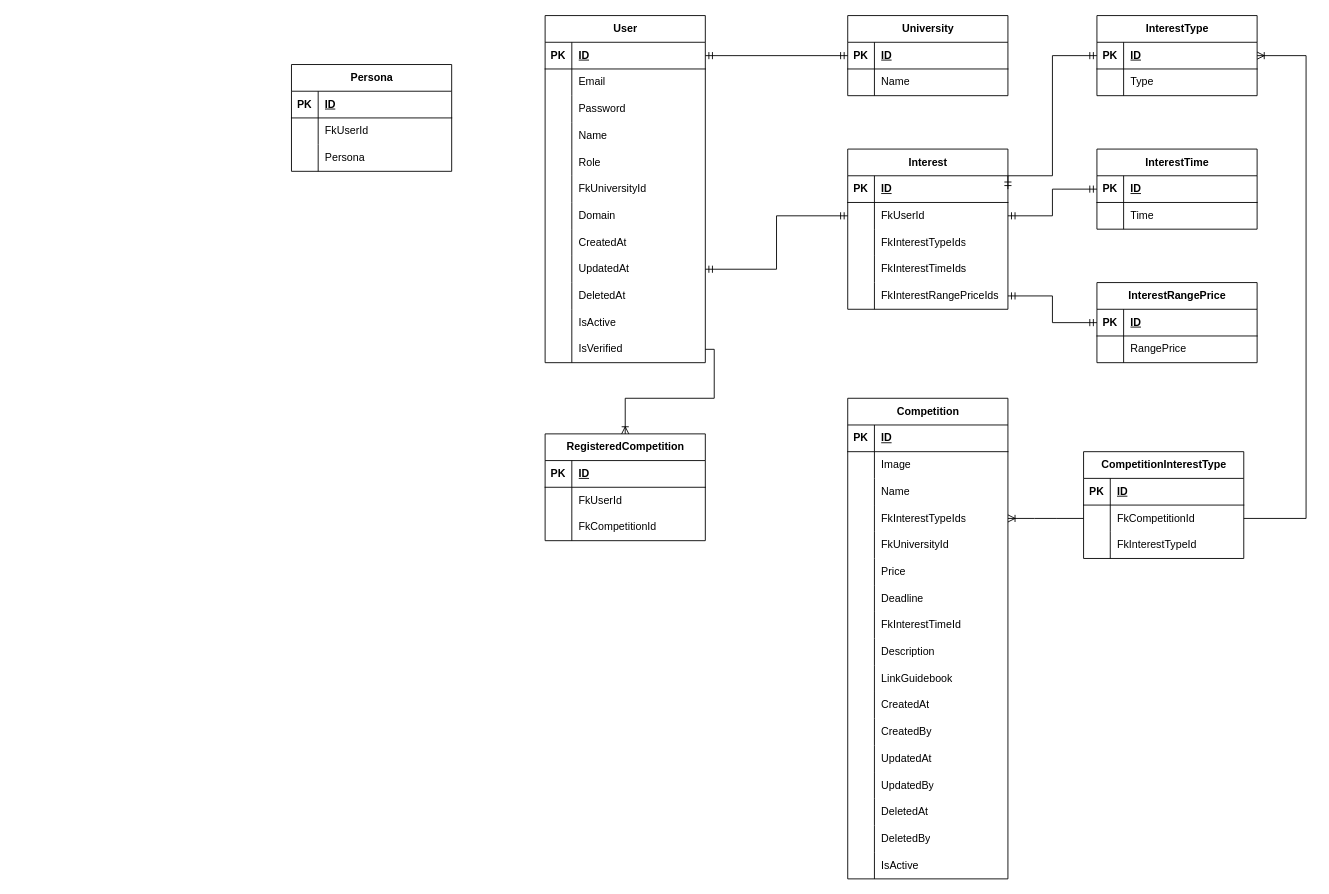
This is compedia.drawio from centwong/Compedia-BE, a draw.io file, before an edit. Source tidied: cells renumbered, new cells numbered last; positions are measured from the earlier drawing's top-left corner, leaving out a move shared by most shapes. Both pictures are drawn from the tidied source at 89%, with x=0, y=0 at pixel (291, 15).
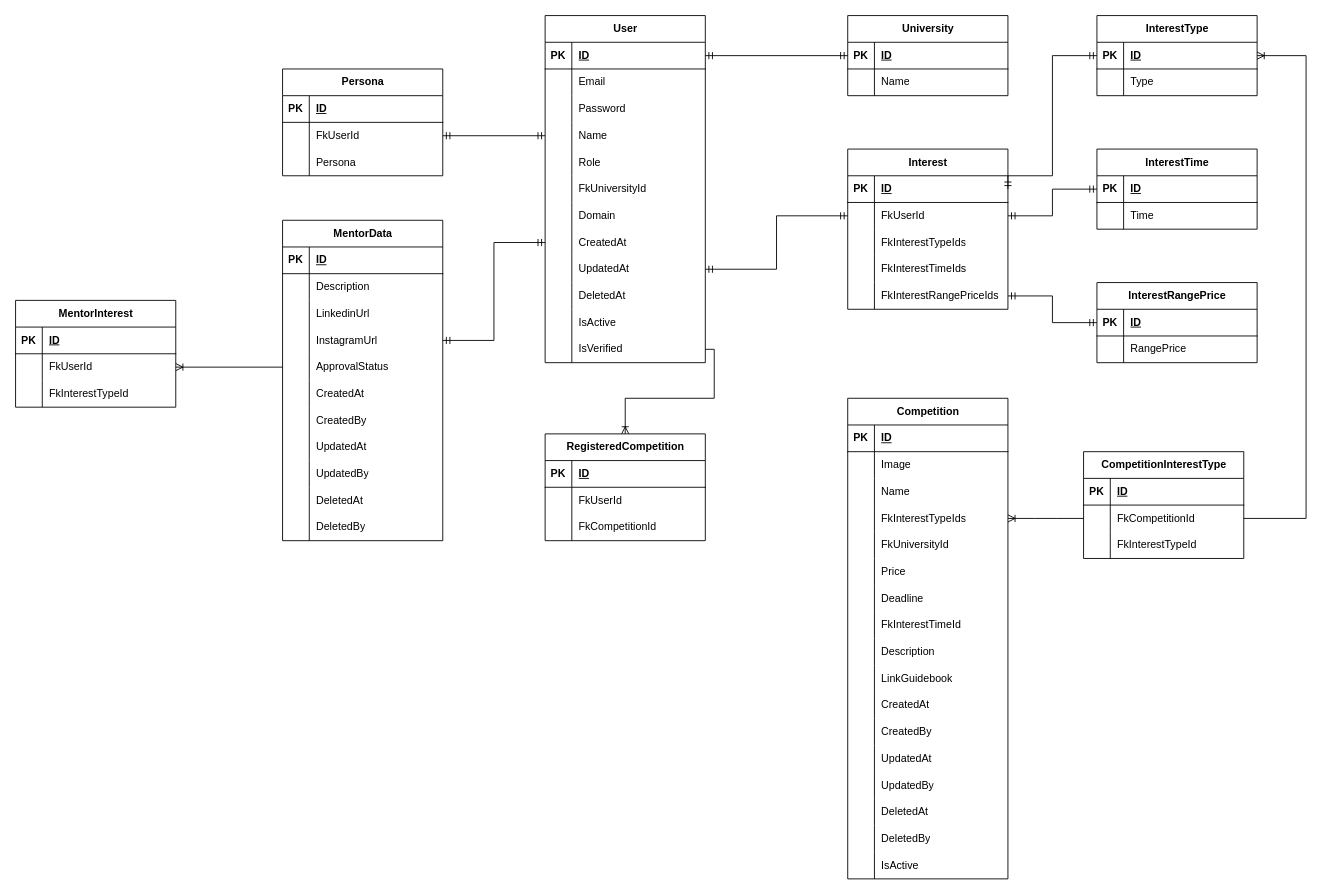
The same diagram, later.

Unchanged cells that the change refers to:
```xml
<mxCell id="19" style="shape=tableRow;horizontal=0;startSize=0;swimlaneHead=0;swimlaneBody=0;fillColor=none;points=[[0,0.5],[1,0.5]];portConstraint=eastwest;top=0;left=0;right=0;bottom=0;" parent="9" vertex="1">
  <mxGeometry y="120" width="180" height="30" as="geometry" />
</mxCell>
<mxCell id="31" style="shape=tableRow;horizontal=0;startSize=0;swimlaneHead=0;swimlaneBody=0;fillColor=none;points=[[0,0.5],[1,0.5]];portConstraint=eastwest;top=0;left=0;right=0;bottom=0;" parent="9" vertex="1">
  <mxGeometry y="240" width="180" height="30" as="geometry" />
</mxCell>
<mxCell id="167" style="shape=tableRow;horizontal=0;startSize=0;swimlaneHead=0;swimlaneBody=0;fillColor=none;points=[[0,0.5],[1,0.5]];portConstraint=eastwest;top=0;left=0;right=0;bottom=0;" parent="163" vertex="1">
  <mxGeometry y="60" width="180" height="30" as="geometry" />
</mxCell>
```

The edit, as a diff of the source:
```diff
@@
     <mxCell id="163" value="Persona" style="shape=table;startSize=30;childLayout=tableLayout;rowLines=0;fontStyle=1;align=center;html=1;" parent="1" vertex="1">
-      <mxGeometry y="55" width="180" height="120" as="geometry" />
+      <mxGeometry x="-10" y="60" width="180" height="120" as="geometry" />
     </mxCell>
@@
+    <mxCell id="173" style="fontSize=12;html=1;endArrow=ERmandOne;startArrow=ERmandOne;rounded=0;exitX=1;exitY=0.5;exitDx=0;exitDy=0;entryX=0;entryY=0.5;entryDx=0;entryDy=0;" parent="1" edge="1" source="167" target="19">
+      <mxGeometry relative="1" as="geometry" />
+    </mxCell>
+    <mxCell id="174" value="MentorData" style="shape=table;startSize=30;childLayout=tableLayout;rowLines=0;fontStyle=1;align=center;html=1;" parent="1" vertex="1">
+      <mxGeometry x="-10" y="230" width="180" height="360" as="geometry" />
+    </mxCell>
+    <mxCell id="175" style="shape=tableRow;horizontal=0;startSize=0;swimlaneHead=0;swimlaneBody=0;fillColor=none;top=0;left=0;right=0;bottom=1;" parent="174" vertex="1">
+      <mxGeometry y="30" width="180" height="30" as="geometry" />
+    </mxCell>
+    <mxCell id="176" value="PK" style="shape=partialRectangle;fillColor=none;top=0;left=0;bottom=0;right=0;fontStyle=1;overflow=hidden;whiteSpace=wrap;html=1;" parent="175" vertex="1">
+      <mxGeometry width="30" height="30" as="geometry" />
+    </mxCell>
+    <mxCell id="177" value="ID" style="shape=partialRectangle;fillColor=none;top=0;left=0;bottom=0;right=0;align=left;spacingLeft=6;fontStyle=5;overflow=hidden;whiteSpace=wrap;html=1;" parent="175" vertex="1">
+      <mxGeometry x="30" width="150" height="30" as="geometry" />
+    </mxCell>
+    <mxCell id="178" style="shape=tableRow;horizontal=0;startSize=0;swimlaneHead=0;swimlaneBody=0;fillColor=none;top=0;left=0;right=0;bottom=0;" parent="174" vertex="1">
+      <mxGeometry y="60" width="180" height="30" as="geometry" />
+    </mxCell>
+    <mxCell id="179" style="shape=partialRectangle;fillColor=none;top=0;left=0;bottom=0;right=0;overflow=hidden;whiteSpace=wrap;html=1;" parent="178" vertex="1">
+      <mxGeometry width="30" height="30" as="geometry" />
+    </mxCell>
+    <mxCell id="180" value="Description" style="shape=partialRectangle;fillColor=none;top=0;left=0;bottom=0;right=0;align=left;spacingLeft=6;overflow=hidden;whiteSpace=wrap;html=1;" parent="178" vertex="1">
+      <mxGeometry x="30" width="150" height="30" as="geometry" />
+    </mxCell>
+    <mxCell id="181" style="shape=tableRow;horizontal=0;startSize=0;swimlaneHead=0;swimlaneBody=0;fillColor=none;top=0;left=0;right=0;bottom=0;" parent="174" vertex="1">
+      <mxGeometry y="90" width="180" height="30" as="geometry" />
+    </mxCell>
+    <mxCell id="182" style="shape=partialRectangle;fillColor=none;top=0;left=0;bottom=0;right=0;overflow=hidden;whiteSpace=wrap;html=1;" parent="181" vertex="1">
+      <mxGeometry width="30" height="30" as="geometry" />
+    </mxCell>
+    <mxCell id="183" value="LinkedinUrl" style="shape=partialRectangle;fillColor=none;top=0;left=0;bottom=0;right=0;align=left;spacingLeft=6;overflow=hidden;whiteSpace=wrap;html=1;" parent="181" vertex="1">
+      <mxGeometry x="30" width="150" height="30" as="geometry" />
+    </mxCell>
+    <mxCell id="184" style="shape=tableRow;horizontal=0;startSize=0;swimlaneHead=0;swimlaneBody=0;fillColor=none;points=[[0,0.5],[1,0.5]];portConstraint=eastwest;top=0;left=0;right=0;bottom=0;" parent="174" vertex="1">
+      <mxGeometry y="120" width="180" height="30" as="geometry" />
+    </mxCell>
+    <mxCell id="185" style="shape=partialRectangle;fillColor=none;top=0;left=0;bottom=0;right=0;overflow=hidden;whiteSpace=wrap;html=1;" parent="184" vertex="1">
+      <mxGeometry width="30" height="30" as="geometry" />
+    </mxCell>
+    <mxCell id="186" value="InstagramUrl" style="shape=partialRectangle;fillColor=none;top=0;left=0;bottom=0;right=0;align=left;spacingLeft=6;overflow=hidden;whiteSpace=wrap;html=1;" parent="184" vertex="1">
+      <mxGeometry x="30" width="150" height="30" as="geometry" />
+    </mxCell>
+    <mxCell id="187" style="shape=tableRow;horizontal=0;startSize=0;swimlaneHead=0;swimlaneBody=0;fillColor=none;points=[[0,0.5],[1,0.5]];portConstraint=eastwest;top=0;left=0;right=0;bottom=0;" parent="174" vertex="1">
+      <mxGeometry y="150" width="180" height="30" as="geometry" />
+    </mxCell>
+    <mxCell id="188" style="shape=partialRectangle;fillColor=none;top=0;left=0;bottom=0;right=0;overflow=hidden;whiteSpace=wrap;html=1;" parent="187" vertex="1">
+      <mxGeometry width="30" height="30" as="geometry" />
+    </mxCell>
+    <mxCell id="189" value="ApprovalStatus" style="shape=partialRectangle;fillColor=none;top=0;left=0;bottom=0;right=0;align=left;spacingLeft=6;overflow=hidden;whiteSpace=wrap;html=1;" parent="187" vertex="1">
+      <mxGeometry x="30" width="150" height="30" as="geometry" />
+    </mxCell>
+    <mxCell id="190" style="shape=tableRow;horizontal=0;startSize=0;swimlaneHead=0;swimlaneBody=0;fillColor=none;top=0;left=0;right=0;bottom=0;" parent="174" vertex="1">
+      <mxGeometry y="180" width="180" height="30" as="geometry" />
+    </mxCell>
+    <mxCell id="191" style="shape=partialRectangle;fillColor=none;top=0;left=0;bottom=0;right=0;overflow=hidden;whiteSpace=wrap;html=1;" parent="190" vertex="1">
+      <mxGeometry width="30" height="30" as="geometry" />
+    </mxCell>
+    <mxCell id="192" value="CreatedAt" style="shape=partialRectangle;fillColor=none;top=0;left=0;bottom=0;right=0;align=left;spacingLeft=6;overflow=hidden;whiteSpace=wrap;html=1;" parent="190" vertex="1">
+      <mxGeometry x="30" width="150" height="30" as="geometry" />
+    </mxCell>
+    <mxCell id="193" style="shape=tableRow;horizontal=0;startSize=0;swimlaneHead=0;swimlaneBody=0;fillColor=none;top=0;left=0;right=0;bottom=0;" parent="174" vertex="1">
+      <mxGeometry y="210" width="180" height="30" as="geometry" />
+    </mxCell>
+    <mxCell id="194" style="shape=partialRectangle;fillColor=none;top=0;left=0;bottom=0;right=0;overflow=hidden;whiteSpace=wrap;html=1;" parent="193" vertex="1">
+      <mxGeometry width="30" height="30" as="geometry" />
+    </mxCell>
+    <mxCell id="195" value="CreatedBy" style="shape=partialRectangle;fillColor=none;top=0;left=0;bottom=0;right=0;align=left;spacingLeft=6;overflow=hidden;whiteSpace=wrap;html=1;" parent="193" vertex="1">
+      <mxGeometry x="30" width="150" height="30" as="geometry" />
+    </mxCell>
+    <mxCell id="196" style="shape=tableRow;horizontal=0;startSize=0;swimlaneHead=0;swimlaneBody=0;fillColor=none;top=0;left=0;right=0;bottom=0;" parent="174" vertex="1">
+      <mxGeometry y="240" width="180" height="30" as="geometry" />
+    </mxCell>
+    <mxCell id="197" style="shape=partialRectangle;fillColor=none;top=0;left=0;bottom=0;right=0;overflow=hidden;whiteSpace=wrap;html=1;" parent="196" vertex="1">
+      <mxGeometry width="30" height="30" as="geometry" />
+    </mxCell>
+    <mxCell id="198" value="UpdatedAt" style="shape=partialRectangle;fillColor=none;top=0;left=0;bottom=0;right=0;align=left;spacingLeft=6;overflow=hidden;whiteSpace=wrap;html=1;" parent="196" vertex="1">
+      <mxGeometry x="30" width="150" height="30" as="geometry" />
+    </mxCell>
+    <mxCell id="199" style="shape=tableRow;horizontal=0;startSize=0;swimlaneHead=0;swimlaneBody=0;fillColor=none;top=0;left=0;right=0;bottom=0;" parent="174" vertex="1">
+      <mxGeometry y="270" width="180" height="30" as="geometry" />
+    </mxCell>
+    <mxCell id="200" style="shape=partialRectangle;fillColor=none;top=0;left=0;bottom=0;right=0;overflow=hidden;whiteSpace=wrap;html=1;" parent="199" vertex="1">
+      <mxGeometry width="30" height="30" as="geometry" />
+    </mxCell>
+    <mxCell id="201" value="UpdatedBy" style="shape=partialRectangle;fillColor=none;top=0;left=0;bottom=0;right=0;align=left;spacingLeft=6;overflow=hidden;whiteSpace=wrap;html=1;" parent="199" vertex="1">
+      <mxGeometry x="30" width="150" height="30" as="geometry" />
+    </mxCell>
+    <mxCell id="202" style="shape=tableRow;horizontal=0;startSize=0;swimlaneHead=0;swimlaneBody=0;fillColor=none;top=0;left=0;right=0;bottom=0;" parent="174" vertex="1">
+      <mxGeometry y="300" width="180" height="30" as="geometry" />
+    </mxCell>
+    <mxCell id="203" style="shape=partialRectangle;fillColor=none;top=0;left=0;bottom=0;right=0;overflow=hidden;whiteSpace=wrap;html=1;" parent="202" vertex="1">
+      <mxGeometry width="30" height="30" as="geometry" />
+    </mxCell>
+    <mxCell id="204" value="DeletedAt" style="shape=partialRectangle;fillColor=none;top=0;left=0;bottom=0;right=0;align=left;spacingLeft=6;overflow=hidden;whiteSpace=wrap;html=1;" parent="202" vertex="1">
+      <mxGeometry x="30" width="150" height="30" as="geometry" />
+    </mxCell>
+    <mxCell id="205" style="shape=tableRow;horizontal=0;startSize=0;swimlaneHead=0;swimlaneBody=0;fillColor=none;top=0;left=0;right=0;bottom=0;" parent="174" vertex="1">
+      <mxGeometry y="330" width="180" height="30" as="geometry" />
+    </mxCell>
+    <mxCell id="206" style="shape=partialRectangle;fillColor=none;top=0;left=0;bottom=0;right=0;overflow=hidden;whiteSpace=wrap;html=1;" parent="205" vertex="1">
+      <mxGeometry width="30" height="30" as="geometry" />
+    </mxCell>
+    <mxCell id="207" value="DeletedBy" style="shape=partialRectangle;fillColor=none;top=0;left=0;bottom=0;right=0;align=left;spacingLeft=6;overflow=hidden;whiteSpace=wrap;html=1;" parent="205" vertex="1">
+      <mxGeometry x="30" width="150" height="30" as="geometry" />
+    </mxCell>
+    <mxCell id="208" style="edgeStyle=orthogonalEdgeStyle;fontSize=12;html=1;endArrow=ERmandOne;startArrow=ERmandOne;rounded=0;entryX=0;entryY=0.5;entryDx=0;entryDy=0;exitX=1;exitY=0.5;exitDx=0;exitDy=0;" parent="1" edge="1" source="184" target="31">
+      <mxGeometry relative="1" as="geometry" />
+    </mxCell>
+    <mxCell id="209" value="MentorInterest" style="shape=table;startSize=30;childLayout=tableLayout;rowLines=0;fontStyle=1;align=center;html=1;" parent="1" vertex="1">
+      <mxGeometry x="-310" y="320" width="180" height="120" as="geometry" />
+    </mxCell>
+    <mxCell id="210" style="shape=tableRow;horizontal=0;startSize=0;swimlaneHead=0;swimlaneBody=0;fillColor=none;top=0;left=0;right=0;bottom=1;" parent="209" vertex="1">
+      <mxGeometry y="30" width="180" height="30" as="geometry" />
+    </mxCell>
+    <mxCell id="211" value="PK" style="shape=partialRectangle;fillColor=none;top=0;left=0;bottom=0;right=0;fontStyle=1;overflow=hidden;whiteSpace=wrap;html=1;" parent="210" vertex="1">
+      <mxGeometry width="30" height="30" as="geometry" />
+    </mxCell>
+    <mxCell id="212" value="ID" style="shape=partialRectangle;fillColor=none;top=0;left=0;bottom=0;right=0;align=left;spacingLeft=6;fontStyle=5;overflow=hidden;whiteSpace=wrap;html=1;" parent="210" vertex="1">
+      <mxGeometry x="30" width="150" height="30" as="geometry" />
+    </mxCell>
+    <mxCell id="213" style="shape=tableRow;horizontal=0;startSize=0;swimlaneHead=0;swimlaneBody=0;fillColor=none;points=[[0,0.5],[1,0.5]];portConstraint=eastwest;top=0;left=0;right=0;bottom=0;" parent="209" vertex="1">
+      <mxGeometry y="60" width="180" height="30" as="geometry" />
+    </mxCell>
+    <mxCell id="214" style="shape=partialRectangle;fillColor=none;top=0;left=0;bottom=0;right=0;overflow=hidden;whiteSpace=wrap;html=1;" parent="213" vertex="1">
+      <mxGeometry width="30" height="30" as="geometry" />
+    </mxCell>
+    <mxCell id="215" value="FkUserId" style="shape=partialRectangle;fillColor=none;top=0;left=0;bottom=0;right=0;align=left;spacingLeft=6;overflow=hidden;whiteSpace=wrap;html=1;" parent="213" vertex="1">
+      <mxGeometry x="30" width="150" height="30" as="geometry" />
+    </mxCell>
+    <mxCell id="216" style="shape=tableRow;horizontal=0;startSize=0;swimlaneHead=0;swimlaneBody=0;fillColor=none;top=0;left=0;right=0;bottom=0;" parent="209" vertex="1">
+      <mxGeometry y="90" width="180" height="30" as="geometry" />
+    </mxCell>
+    <mxCell id="217" style="shape=partialRectangle;fillColor=none;top=0;left=0;bottom=0;right=0;overflow=hidden;whiteSpace=wrap;html=1;" parent="216" vertex="1">
+      <mxGeometry width="30" height="30" as="geometry" />
+    </mxCell>
+    <mxCell id="218" value="FkInterestTypeId" style="shape=partialRectangle;fillColor=none;top=0;left=0;bottom=0;right=0;align=left;spacingLeft=6;overflow=hidden;whiteSpace=wrap;html=1;" parent="216" vertex="1">
+      <mxGeometry x="30" width="150" height="30" as="geometry" />
+    </mxCell>
+    <mxCell id="219" style="fontSize=12;html=1;endArrow=ERoneToMany;rounded=0;exitX=0;exitY=0.5;exitDx=0;exitDy=0;entryX=1;entryY=0.5;entryDx=0;entryDy=0;" parent="1" edge="1" source="187" target="213">
+      <mxGeometry relative="1" as="geometry" />
+    </mxCell>
```
